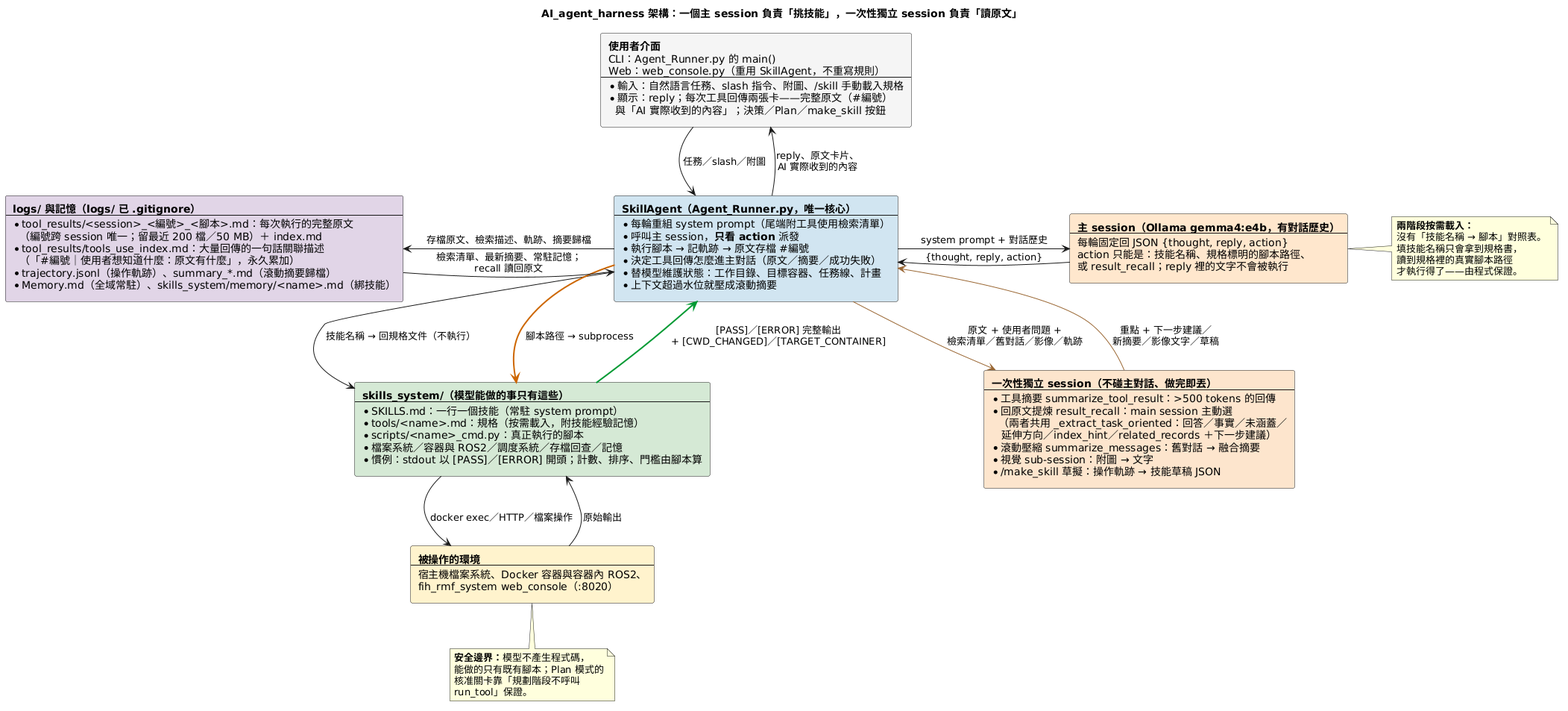
Before: doc/images/AI_agent_harness的說明.png, a diagram exported from PlantUML (DavidZox/AI_agent_harness).
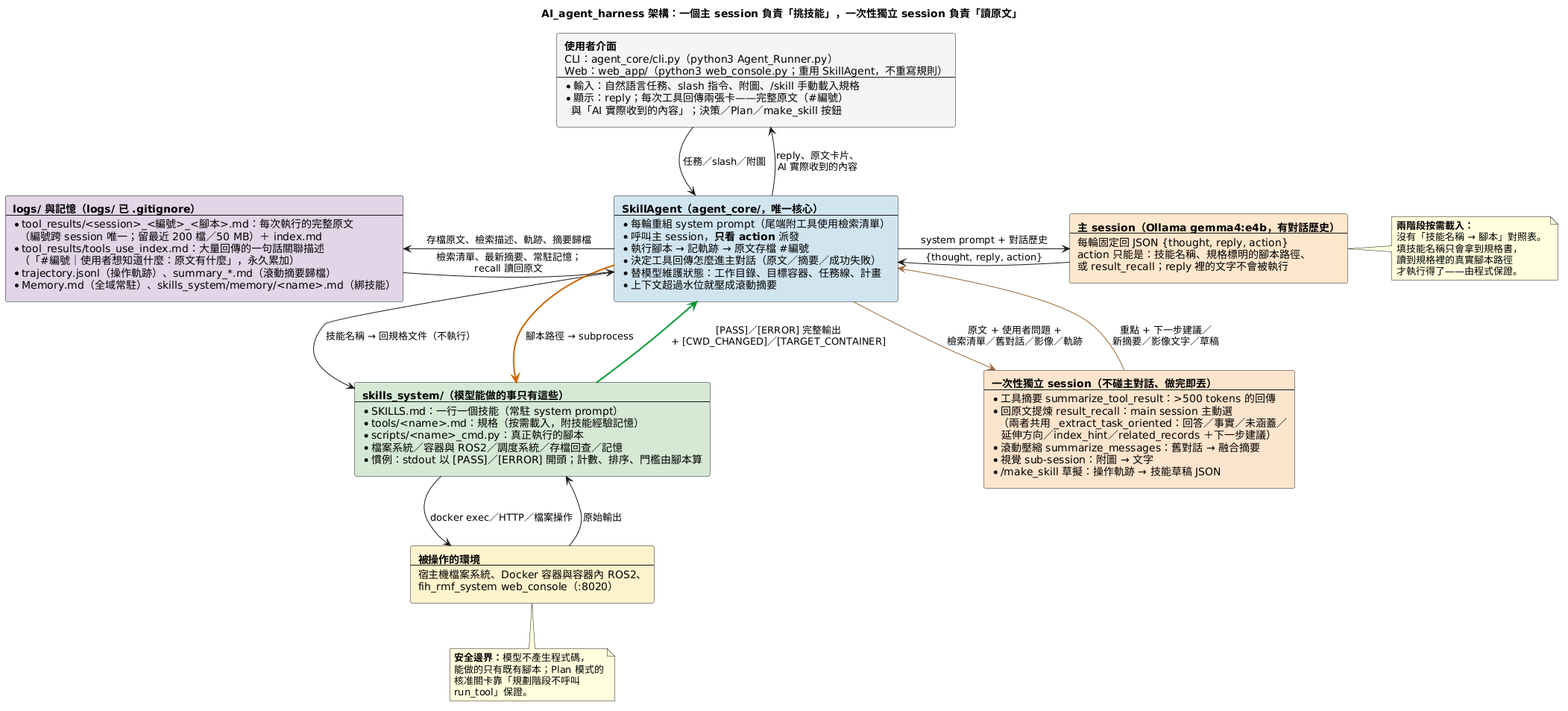
Later version of the same file.

The edit, as a diff of the source:
```diff
@@ -9,8 +9,8 @@
 
 rectangle NodeUser #F5F5F5 [
   **使用者介面**
-  CLI：Agent_Runner.py 的 main()
-  Web：web_console.py（重用 SkillAgent，不重寫規則）
+  CLI：agent_core/cli.py（python3 Agent_Runner.py）
+  Web：web_app/（python3 web_console.py；重用 SkillAgent，不重寫規則）
   ----
   * 輸入：自然語言任務、slash 指令、附圖、/skill 手動載入規格
   * 顯示：reply；每次工具回傳兩張卡——完整原文（#編號）
@@ -18,7 +18,7 @@
 ]
 
 rectangle NodeAgent #D1E5F0 [
-  **SkillAgent（Agent_Runner.py，唯一核心）**
+  **SkillAgent（agent_core/，唯一核心）**
   ----
   * 每輪重組 system prompt（尾端附工具使用檢索清單）
   * 呼叫主 session，**只看 action** 派發
```
